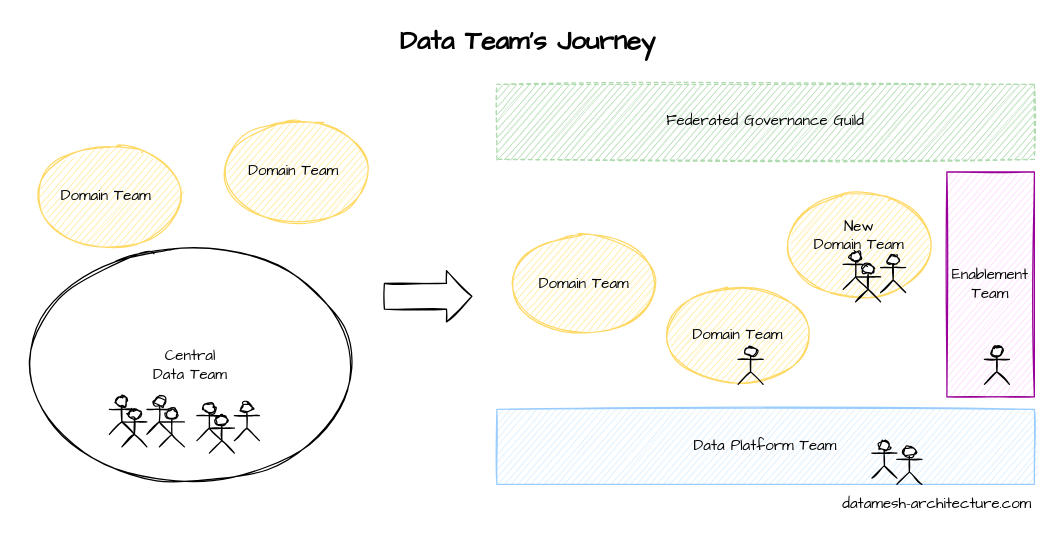
This is diagrams/datateamjourney.drawio from datamesh-architecture/datamesh-architecture.com, a draw.io file, before an edit. Source tidied: cells renumbered, new cells numbered last; positions are measured from the earlier drawing's top-left corner, leaving out a move shared by most shapes. Both pictures are drawn from the tidied source at 125%, with x=0, y=0 at pixel (21, 21).
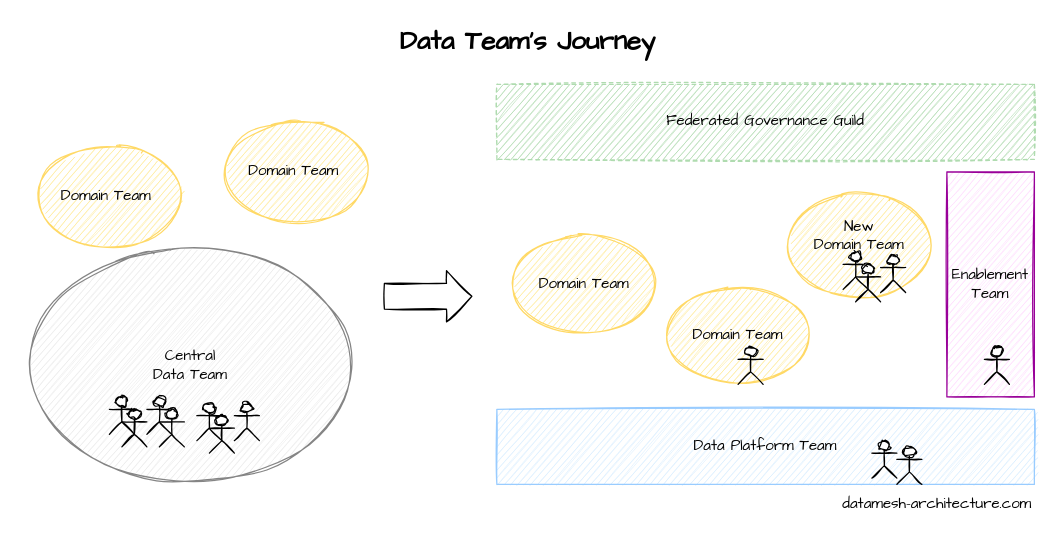
The same diagram, later.

Change to the diagram source:
```diff
@@
-    <mxCell id="2" value="Central &lt;br&gt;Data Team" style="ellipse;whiteSpace=wrap;html=1;sketch=1;fontFamily=Architects Daughter;" parent="1" vertex="1">
+    <mxCell id="2" value="Central &lt;br&gt;Data Team" style="ellipse;whiteSpace=wrap;html=1;sketch=1;fontFamily=Architects Daughter;fillColor=#EBEBEB;strokeColor=#858585;" parent="1" vertex="1">
       <mxGeometry y="184.5" width="270" height="180" as="geometry" />
     </mxCell>
```
